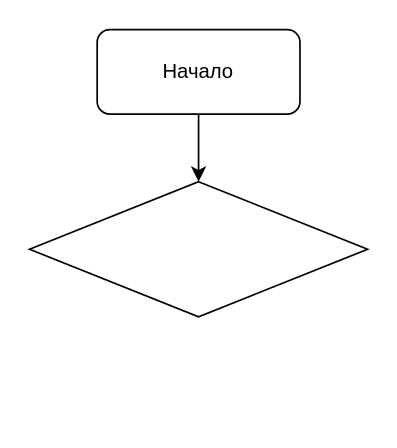
Earlier version of the draw.io diagram sources/Untitled Diagram.drawio (Enyarina/Kate6). Source tidied: cells renumbered, new cells numbered last; positions are measured from the earlier drawing's top-left corner, leaving out a move shared by most shapes. Both pictures are drawn from the tidied source at 169%, with x=0, y=0 at pixel (29, 29).
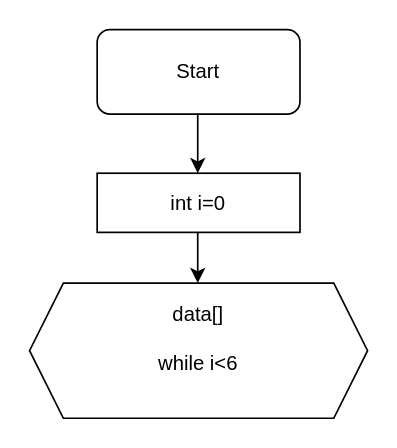
Above is the later version.

Diff of the diagram source:
```diff
@@
 <mxGraphModel>
   <root>
     <mxCell id="0" />
     <mxCell id="1" parent="0" />
-    <mxCell id="2" value="Начало" style="rounded=1;whiteSpace=wrap;html=1;strokeColor=#000000;" parent="1" vertex="1">
+    <mxCell id="2" value="Start" style="rounded=1;whiteSpace=wrap;html=1;strokeColor=#000000;" parent="1" vertex="1">
       <mxGeometry x="40" width="120" height="50" as="geometry" />
     </mxCell>
-    <mxCell id="3" style="rhombus;whiteSpace=wrap;html=1;strokeColor=#000000;" parent="1" vertex="1">
-      <mxGeometry y="90" width="200" height="80" as="geometry" />
-    </mxCell>
-    <mxCell id="4" style="endArrow=classic;html=1;exitX=0.5;exitY=1;exitDx=0;exitDy=0;" parent="1" edge="1" source="2" target="3">
-      <mxGeometry relative="1" as="geometry" />
+    <mxCell id="4" style="endArrow=classic;html=1;" parent="1" edge="1">
+      <mxGeometry relative="1" as="geometry">
+        <mxPoint x="99.5" y="65" as="sourcePoint" />
+        <mxPoint x="99.5" y="85" as="targetPoint" />
+        <Array as="points">
+          <mxPoint x="99.5" y="45" />
+        </Array>
+      </mxGeometry>
     </mxCell>
+    <mxCell id="5" value="&lt;div&gt;data[]&lt;/div&gt;&lt;div&gt;&lt;br&gt;&lt;/div&gt;&lt;div&gt;while i&amp;lt;6&lt;br&gt;&lt;/div&gt;&lt;div&gt;&lt;br&gt;&lt;/div&gt;" style="shape=hexagon;perimeter=hexagonPerimeter2;whiteSpace=wrap;html=1;fixedSize=1;strokeColor=#000000;size=20;" parent="1" vertex="1">
+      <mxGeometry y="150" width="200" height="80" as="geometry" />
+    </mxCell>
+    <mxCell id="6" value="int i=0" style="rounded=0;whiteSpace=wrap;html=1;strokeColor=#000000;" parent="1" vertex="1">
+      <mxGeometry x="40" y="85" width="120" height="35" as="geometry" />
+    </mxCell>
+    <mxCell id="7" style="endArrow=classic;html=1;" parent="1" edge="1">
+      <mxGeometry relative="1" as="geometry">
+        <mxPoint x="99.5" y="120" as="sourcePoint" />
+        <mxPoint x="99.5" y="150" as="targetPoint" />
+        <Array as="points">
+          <mxPoint x="99.5" y="150" />
+        </Array>
+      </mxGeometry>
+    </mxCell>
   </root>
 </mxGraphModel>
```
